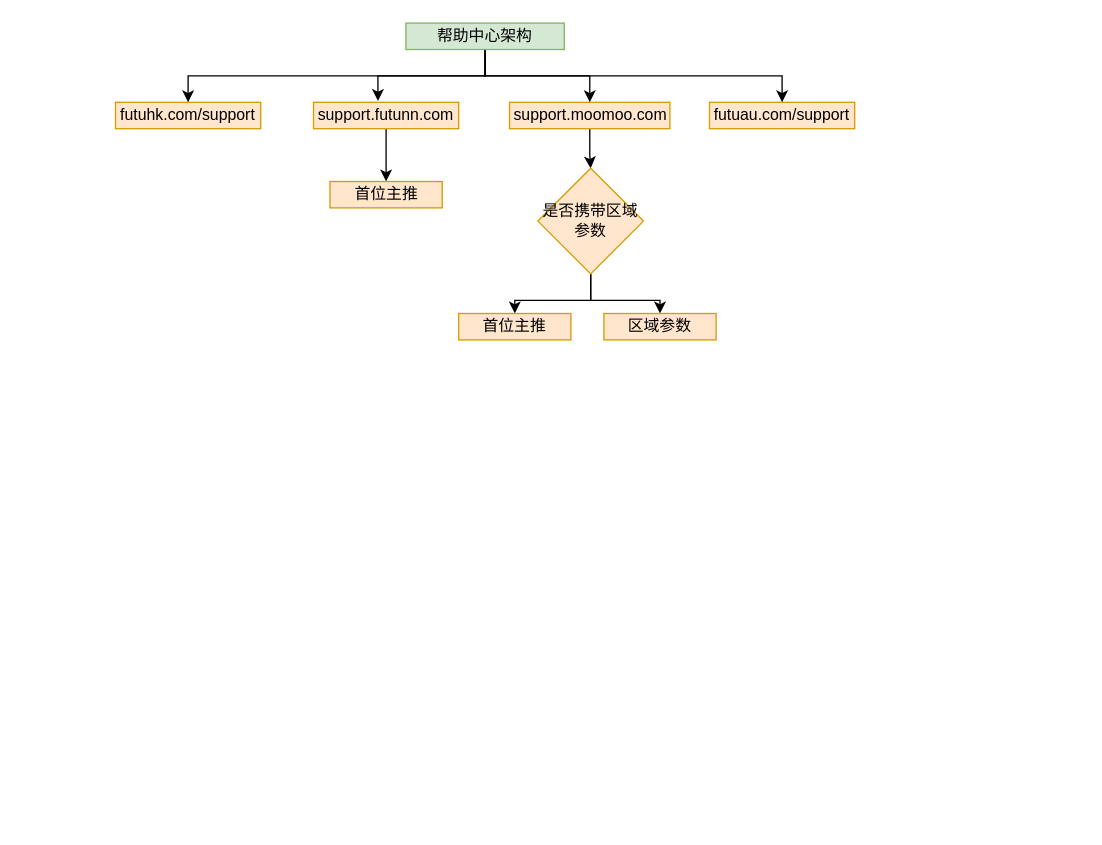
The draw.io diagram 帮助中心.drawio in jokerbay/images, before the edit. Source tidied: cells renumbered, new cells numbered last; positions are measured from the earlier drawing's top-left corner, leaving out a move shared by most shapes. Both pictures are drawn from the tidied source at 132%, with x=0, y=0 at pixel (115, 22).
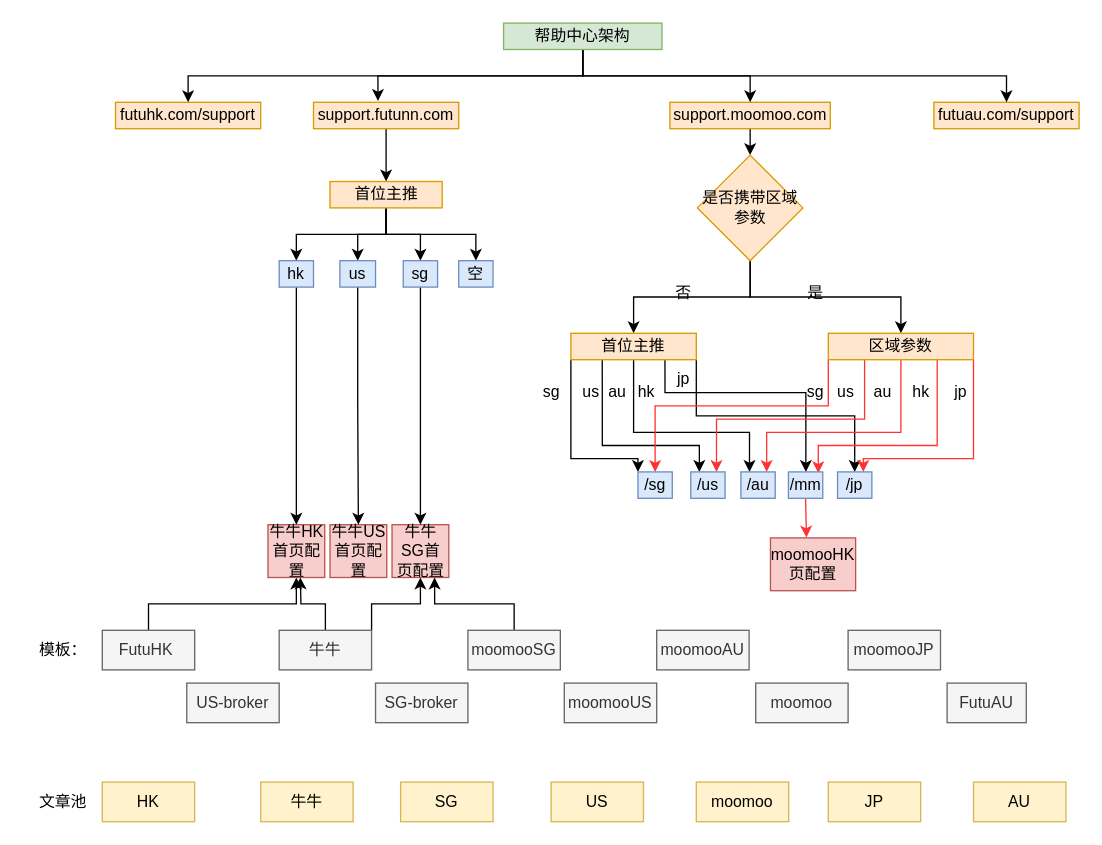
After the change.

Commit message:
更新帮助中心.drawio

The change refers to these unchanged cells:
```xml
<mxCell id="13" value="首位主推" style="whiteSpace=wrap;html=1;fillColor=#ffe6cc;strokeColor=#d79b00;rounded=0;" parent="1" vertex="1">
  <mxGeometry x="162.5" y="120" width="85" height="20" as="geometry" />
</mxCell>
```

What changed in the source:
```diff
@@
     <mxCell id="6" value="support.moomoo.com" style="rounded=0;whiteSpace=wrap;html=1;fillColor=#ffe6cc;strokeColor=#d79b00;" parent="1" vertex="1">
-      <mxGeometry x="298.5" y="60" width="121.5" height="20" as="geometry" />
+      <mxGeometry x="420" y="60" width="121.5" height="20" as="geometry" />
     </mxCell>
     <mxCell id="7" value="futuau.com/support" style="rounded=0;whiteSpace=wrap;html=1;fillColor=#ffe6cc;strokeColor=#d79b00;" parent="1" vertex="1">
-      <mxGeometry x="450" y="60" width="110" height="20" as="geometry" />
+      <mxGeometry x="620" y="60" width="110" height="20" as="geometry" />
     </mxCell>
@@
     <mxCell id="12" value="帮助中心架构" style="rounded=0;whiteSpace=wrap;html=1;fillColor=#d5e8d4;strokeColor=#82b366;" parent="1" vertex="1">
-      <mxGeometry x="220" width="120" height="20" as="geometry" />
+      <mxGeometry x="294" width="120" height="20" as="geometry" />
     </mxCell>
+    <mxCell id="19" style="edgeStyle=orthogonalEdgeStyle;rounded=0;jettySize=auto;html=1;exitX=0.5;exitY=1;exitDx=0;exitDy=0;" parent="1" edge="1" source="13" target="47">
+      <mxGeometry relative="1" as="geometry" />
+    </mxCell>
+    <mxCell id="20" style="edgeStyle=orthogonalEdgeStyle;rounded=0;jettySize=auto;html=1;exitX=0.5;exitY=1;exitDx=0;exitDy=0;entryX=0.5;entryY=0;entryDx=0;entryDy=0;" parent="1" edge="1" source="13" target="49">
+      <mxGeometry relative="1" as="geometry" />
+    </mxCell>
+    <mxCell id="21" style="edgeStyle=orthogonalEdgeStyle;rounded=0;jettySize=auto;html=1;exitX=0.5;exitY=1;exitDx=0;exitDy=0;entryX=0.5;entryY=0;entryDx=0;entryDy=0;" parent="1" edge="1" source="13" target="51">
+      <mxGeometry relative="1" as="geometry" />
+    </mxCell>
+    <mxCell id="22" style="edgeStyle=orthogonalEdgeStyle;rounded=0;jettySize=auto;html=1;exitX=0.5;exitY=1;exitDx=0;exitDy=0;entryX=0.5;entryY=0;entryDx=0;entryDy=0;" parent="1" edge="1" source="13" target="52">
+      <mxGeometry relative="1" as="geometry" />
+    </mxCell>
@@
     <mxCell id="16" value="是否携带区域参数" style="rhombus;whiteSpace=wrap;html=1;fillColor=#ffe6cc;strokeColor=#d79b00;" parent="1" vertex="1">
-      <mxGeometry x="320" y="110" width="80" height="80" as="geometry" />
+      <mxGeometry x="440.8" y="100" width="80" height="80" as="geometry" />
     </mxCell>
+    <mxCell id="23" style="edgeStyle=orthogonalEdgeStyle;rounded=0;jettySize=auto;html=1;exitX=0;exitY=1;exitDx=0;exitDy=0;entryX=0;entryY=0;entryDx=0;entryDy=0;" parent="1" edge="1" source="17" target="33">
+      <mxGeometry relative="1" as="geometry">
+        <Array as="points">
+          <mxPoint x="345" y="330" />
+          <mxPoint x="396" y="330" />
+        </Array>
+      </mxGeometry>
+    </mxCell>
+    <mxCell id="24" style="edgeStyle=orthogonalEdgeStyle;rounded=0;jettySize=auto;html=1;exitX=0.25;exitY=1;exitDx=0;exitDy=0;entryX=0.25;entryY=0;entryDx=0;entryDy=0;strokeColor=#000000;" parent="1" edge="1" source="17" target="34">
+      <mxGeometry relative="1" as="geometry">
+        <Array as="points">
+          <mxPoint x="369" y="320" />
+          <mxPoint x="442" y="320" />
+        </Array>
+      </mxGeometry>
+    </mxCell>
+    <mxCell id="25" style="edgeStyle=orthogonalEdgeStyle;rounded=0;jettySize=auto;html=1;exitX=0.5;exitY=1;exitDx=0;exitDy=0;entryX=0.25;entryY=0;entryDx=0;entryDy=0;strokeColor=#000000;" parent="1" edge="1" source="17" target="35">
+      <mxGeometry relative="1" as="geometry">
+        <Array as="points">
+          <mxPoint x="393" y="310" />
+          <mxPoint x="480" y="310" />
+        </Array>
+      </mxGeometry>
+    </mxCell>
+    <mxCell id="26" style="edgeStyle=orthogonalEdgeStyle;rounded=0;jettySize=auto;html=1;exitX=0.75;exitY=1;exitDx=0;exitDy=0;strokeColor=#000000;" parent="1" edge="1" source="17" target="37">
+      <mxGeometry relative="1" as="geometry">
+        <Array as="points">
+          <mxPoint x="416" y="280" />
+          <mxPoint x="523" y="280" />
+        </Array>
+      </mxGeometry>
+    </mxCell>
+    <mxCell id="27" style="edgeStyle=orthogonalEdgeStyle;rounded=0;jettySize=auto;html=1;exitX=1;exitY=1;exitDx=0;exitDy=0;strokeColor=#000000;" parent="1" edge="1" source="17" target="38">
+      <mxGeometry relative="1" as="geometry" />
+    </mxCell>
     <mxCell id="17" value="首位主推" style="whiteSpace=wrap;html=1;fillColor=#ffe6cc;strokeColor=#d79b00;rounded=0;" parent="1" vertex="1">
-      <mxGeometry x="260" y="220" width="85" height="20" as="geometry" />
+      <mxGeometry x="345" y="235" width="95" height="20" as="geometry" />
     </mxCell>
+    <mxCell id="28" style="edgeStyle=orthogonalEdgeStyle;rounded=0;jettySize=auto;html=1;exitX=0;exitY=1;exitDx=0;exitDy=0;entryX=0.5;entryY=0;entryDx=0;entryDy=0;strokeColor=#FF3333;" parent="1" edge="1" source="18" target="33">
+      <mxGeometry relative="1" as="geometry">
+        <Array as="points">
+          <mxPoint x="540" y="290" />
+          <mxPoint x="409" y="290" />
+        </Array>
+      </mxGeometry>
+    </mxCell>
+    <mxCell id="29" style="edgeStyle=orthogonalEdgeStyle;rounded=0;jettySize=auto;html=1;exitX=0.25;exitY=1;exitDx=0;exitDy=0;entryX=0.75;entryY=0;entryDx=0;entryDy=0;strokeColor=#FF3333;" parent="1" edge="1" source="18" target="34">
+      <mxGeometry relative="1" as="geometry">
+        <Array as="points">
+          <mxPoint x="568" y="300" />
+          <mxPoint x="455" y="300" />
+        </Array>
+      </mxGeometry>
+    </mxCell>
+    <mxCell id="30" style="edgeStyle=orthogonalEdgeStyle;rounded=0;jettySize=auto;html=1;exitX=0.5;exitY=1;exitDx=0;exitDy=0;entryX=0.75;entryY=0;entryDx=0;entryDy=0;strokeColor=#FF3333;" parent="1" edge="1" source="18" target="35">
+      <mxGeometry relative="1" as="geometry">
+        <Array as="points">
+          <mxPoint x="595" y="310" />
+          <mxPoint x="493" y="310" />
+        </Array>
+      </mxGeometry>
+    </mxCell>
+    <mxCell id="31" style="edgeStyle=orthogonalEdgeStyle;rounded=0;jettySize=auto;html=1;exitX=0.75;exitY=1;exitDx=0;exitDy=0;entryX=0.87;entryY=0.05;entryDx=0;entryDy=0;entryPerimeter=0;strokeColor=#FF3333;" parent="1" edge="1" source="18" target="37">
+      <mxGeometry relative="1" as="geometry">
+        <Array as="points">
+          <mxPoint x="623" y="320" />
+          <mxPoint x="532" y="320" />
+        </Array>
+      </mxGeometry>
+    </mxCell>
+    <mxCell id="32" style="edgeStyle=orthogonalEdgeStyle;rounded=0;jettySize=auto;html=1;exitX=1;exitY=1;exitDx=0;exitDy=0;entryX=0.75;entryY=0;entryDx=0;entryDy=0;strokeColor=#FF3333;" parent="1" edge="1" source="18" target="38">
+      <mxGeometry relative="1" as="geometry">
+        <Array as="points">
+          <mxPoint x="650" y="330" />
+          <mxPoint x="567" y="330" />
+        </Array>
+      </mxGeometry>
+    </mxCell>
     <mxCell id="18" value="区域参数" style="whiteSpace=wrap;html=1;fillColor=#ffe6cc;strokeColor=#d79b00;rounded=0;" parent="1" vertex="1">
-      <mxGeometry x="370" y="220" width="85" height="20" as="geometry" />
+      <mxGeometry x="540" y="235" width="110" height="20" as="geometry" />
     </mxCell>
+    <mxCell id="33" value="/sg" style="rounded=0;whiteSpace=wrap;html=1;fillColor=#dae8fc;strokeColor=#6c8ebf;" parent="1" vertex="1">
+      <mxGeometry x="395.8" y="340" width="26" height="20" as="geometry" />
+    </mxCell>
+    <mxCell id="34" value="/us" style="rounded=0;whiteSpace=wrap;html=1;fillColor=#dae8fc;strokeColor=#6c8ebf;" parent="1" vertex="1">
+      <mxGeometry x="435.8" y="340" width="26" height="20" as="geometry" />
+    </mxCell>
+    <mxCell id="35" value="/au" style="rounded=0;whiteSpace=wrap;html=1;fillColor=#dae8fc;strokeColor=#6c8ebf;" parent="1" vertex="1">
+      <mxGeometry x="473.8" y="340" width="26" height="20" as="geometry" />
+    </mxCell>
+    <mxCell id="36" style="edgeStyle=orthogonalEdgeStyle;rounded=0;jettySize=auto;html=1;exitX=0.5;exitY=1;exitDx=0;exitDy=0;entryX=0.422;entryY=-0.007;entryDx=0;entryDy=0;entryPerimeter=0;strokeColor=#FF3333;" parent="1" edge="1" source="37" target="42">
+      <mxGeometry relative="1" as="geometry" />
+    </mxCell>
+    <mxCell id="37" value="/mm" style="rounded=0;whiteSpace=wrap;html=1;fillColor=#dae8fc;strokeColor=#6c8ebf;" parent="1" vertex="1">
+      <mxGeometry x="509.8" y="340" width="26" height="20" as="geometry" />
+    </mxCell>
+    <mxCell id="38" value="/jp" style="rounded=0;whiteSpace=wrap;html=1;fillColor=#dae8fc;strokeColor=#6c8ebf;" parent="1" vertex="1">
+      <mxGeometry x="547" y="340" width="26" height="20" as="geometry" />
+    </mxCell>
+    <mxCell id="39" value="牛牛HK首页配置" style="rounded=0;whiteSpace=wrap;html=1;fillColor=#f8cecc;strokeColor=#b85450;" parent="1" vertex="1">
+      <mxGeometry x="115.5" y="380" width="43" height="40" as="geometry" />
+    </mxCell>
+    <mxCell id="40" value="牛牛US首页配置" style="rounded=0;whiteSpace=wrap;html=1;fillColor=#f8cecc;strokeColor=#b85450;" parent="1" vertex="1">
+      <mxGeometry x="162.5" y="380" width="43" height="40" as="geometry" />
+    </mxCell>
+    <mxCell id="41" value="牛牛SG首页配置" style="rounded=0;whiteSpace=wrap;html=1;fillColor=#f8cecc;strokeColor=#b85450;" parent="1" vertex="1">
+      <mxGeometry x="209.5" y="380" width="43" height="40" as="geometry" />
+    </mxCell>
+    <mxCell id="42" value="moomooHK页配置" style="rounded=0;whiteSpace=wrap;html=1;fillColor=#f8cecc;strokeColor=#b85450;" parent="1" vertex="1">
+      <mxGeometry x="496.2" y="390" width="64.5" height="40" as="geometry" />
+    </mxCell>
+    <mxCell id="43" style="edgeStyle=orthogonalEdgeStyle;rounded=0;jettySize=auto;html=1;exitX=0.5;exitY=0;exitDx=0;exitDy=0;entryX=0.5;entryY=1;entryDx=0;entryDy=0;strokeColor=#000000;" parent="1" edge="1" source="44" target="39">
+      <mxGeometry relative="1" as="geometry" />
+    </mxCell>
+    <mxCell id="44" value="FutuHK&amp;nbsp;" style="rounded=0;whiteSpace=wrap;html=1;fillColor=#f5f5f5;fontColor=#333333;strokeColor=#666666;" parent="1" vertex="1">
+      <mxGeometry x="-10" y="460" width="70" height="30" as="geometry" />
+    </mxCell>
+    <mxCell id="45" value="模板：" style="text;html=1;align=center;verticalAlign=middle;strokeColor=none;fillColor=none;" parent="1" vertex="1">
+      <mxGeometry x="-70" y="460" width="60" height="30" as="geometry" />
+    </mxCell>
+    <mxCell id="46" style="edgeStyle=orthogonalEdgeStyle;rounded=0;jettySize=auto;html=1;exitX=0.5;exitY=1;exitDx=0;exitDy=0;entryX=0.5;entryY=0;entryDx=0;entryDy=0;" parent="1" edge="1" source="47" target="39">
+      <mxGeometry relative="1" as="geometry" />
+    </mxCell>
+    <mxCell id="47" value="hk" style="rounded=0;whiteSpace=wrap;html=1;fillColor=#dae8fc;strokeColor=#6c8ebf;" parent="1" vertex="1">
+      <mxGeometry x="124" y="180" width="26" height="20" as="geometry" />
+    </mxCell>
+    <mxCell id="48" style="edgeStyle=orthogonalEdgeStyle;rounded=0;jettySize=auto;html=1;exitX=0.5;exitY=1;exitDx=0;exitDy=0;entryX=0.5;entryY=0;entryDx=0;entryDy=0;" parent="1" edge="1" source="49" target="40">
+      <mxGeometry relative="1" as="geometry" />
+    </mxCell>
+    <mxCell id="49" value="us" style="rounded=0;whiteSpace=wrap;html=1;fillColor=#dae8fc;strokeColor=#6c8ebf;" parent="1" vertex="1">
+      <mxGeometry x="170" y="180" width="27" height="20" as="geometry" />
+    </mxCell>
+    <mxCell id="50" style="edgeStyle=orthogonalEdgeStyle;rounded=0;jettySize=auto;html=1;exitX=0.5;exitY=1;exitDx=0;exitDy=0;entryX=0.5;entryY=0;entryDx=0;entryDy=0;" parent="1" edge="1" source="51" target="41">
+      <mxGeometry relative="1" as="geometry" />
+    </mxCell>
+    <mxCell id="51" value="sg" style="rounded=0;whiteSpace=wrap;html=1;fillColor=#dae8fc;strokeColor=#6c8ebf;" parent="1" vertex="1">
+      <mxGeometry x="218" y="180" width="26" height="20" as="geometry" />
+    </mxCell>
+    <mxCell id="52" value="空" style="rounded=0;whiteSpace=wrap;html=1;fillColor=#dae8fc;strokeColor=#6c8ebf;" parent="1" vertex="1">
+      <mxGeometry x="260" y="180" width="26" height="20" as="geometry" />
+    </mxCell>
+    <mxCell id="53" value="是" style="text;html=1;align=center;verticalAlign=middle;strokeColor=none;fillColor=none;" parent="1" vertex="1">
+      <mxGeometry x="510" y="190" width="40" height="30" as="geometry" />
+    </mxCell>
+    <mxCell id="54" value="否" style="text;html=1;align=center;verticalAlign=middle;strokeColor=none;fillColor=none;" parent="1" vertex="1">
+      <mxGeometry x="410" y="190" width="40" height="30" as="geometry" />
+    </mxCell>
+    <mxCell id="55" value="US-broker" style="rounded=0;whiteSpace=wrap;html=1;fillColor=#f5f5f5;fontColor=#333333;strokeColor=#666666;" parent="1" vertex="1">
+      <mxGeometry x="54" y="500" width="70" height="30" as="geometry" />
+    </mxCell>
+    <mxCell id="56" style="edgeStyle=orthogonalEdgeStyle;rounded=0;jettySize=auto;html=1;exitX=0.5;exitY=0;exitDx=0;exitDy=0;strokeColor=#000000;" parent="1" edge="1" source="58">
+      <mxGeometry relative="1" as="geometry">
+        <mxPoint x="140" y="420" as="targetPoint" />
+      </mxGeometry>
+    </mxCell>
+    <mxCell id="57" style="edgeStyle=orthogonalEdgeStyle;rounded=0;jettySize=auto;html=1;exitX=1;exitY=0;exitDx=0;exitDy=0;entryX=0.5;entryY=1;entryDx=0;entryDy=0;strokeColor=#000000;" parent="1" edge="1" source="58" target="41">
+      <mxGeometry relative="1" as="geometry" />
+    </mxCell>
+    <mxCell id="58" value="牛牛" style="rounded=0;whiteSpace=wrap;html=1;fillColor=#f5f5f5;fontColor=#333333;strokeColor=#666666;" parent="1" vertex="1">
+      <mxGeometry x="124" y="460" width="70" height="30" as="geometry" />
+    </mxCell>
+    <mxCell id="59" style="edgeStyle=orthogonalEdgeStyle;rounded=0;jettySize=auto;html=1;exitX=0.5;exitY=0;exitDx=0;exitDy=0;entryX=0.75;entryY=1;entryDx=0;entryDy=0;strokeColor=#000000;" parent="1" edge="1" source="60" target="41">
+      <mxGeometry relative="1" as="geometry" />
+    </mxCell>
+    <mxCell id="60" value="moomooSG" style="rounded=0;whiteSpace=wrap;html=1;fillColor=#f5f5f5;fontColor=#333333;strokeColor=#666666;" parent="1" vertex="1">
+      <mxGeometry x="267" y="460" width="70" height="30" as="geometry" />
+    </mxCell>
+    <mxCell id="61" value="SG-broker" style="rounded=0;whiteSpace=wrap;html=1;fillColor=#f5f5f5;fontColor=#333333;strokeColor=#666666;" parent="1" vertex="1">
+      <mxGeometry x="197" y="500" width="70" height="30" as="geometry" />
+    </mxCell>
+    <mxCell id="62" value="moomooUS" style="rounded=0;whiteSpace=wrap;html=1;fillColor=#f5f5f5;fontColor=#333333;strokeColor=#666666;" parent="1" vertex="1">
+      <mxGeometry x="340" y="500" width="70" height="30" as="geometry" />
+    </mxCell>
+    <mxCell id="63" value="moomooAU" style="rounded=0;whiteSpace=wrap;html=1;fillColor=#f5f5f5;fontColor=#333333;strokeColor=#666666;" parent="1" vertex="1">
+      <mxGeometry x="410" y="460" width="70" height="30" as="geometry" />
+    </mxCell>
+    <mxCell id="64" value="moomoo" style="rounded=0;whiteSpace=wrap;html=1;fillColor=#f5f5f5;fontColor=#333333;strokeColor=#666666;" parent="1" vertex="1">
+      <mxGeometry x="485" y="500" width="70" height="30" as="geometry" />
+    </mxCell>
+    <mxCell id="65" value="moomooJP" style="rounded=0;whiteSpace=wrap;html=1;fillColor=#f5f5f5;fontColor=#333333;strokeColor=#666666;" parent="1" vertex="1">
+      <mxGeometry x="555" y="460" width="70" height="30" as="geometry" />
+    </mxCell>
+    <mxCell id="66" value="FutuAU" style="rounded=0;whiteSpace=wrap;html=1;fillColor=#f5f5f5;fontColor=#333333;strokeColor=#666666;" parent="1" vertex="1">
+      <mxGeometry x="630" y="500" width="60" height="30" as="geometry" />
+    </mxCell>
+    <mxCell id="67" value="文章池" style="text;html=1;align=center;verticalAlign=middle;strokeColor=none;fillColor=none;" parent="1" vertex="1">
+      <mxGeometry x="-70" y="575" width="60" height="30" as="geometry" />
+    </mxCell>
+    <mxCell id="68" value="HK" style="rounded=0;whiteSpace=wrap;html=1;fillColor=#fff2cc;strokeColor=#d6b656;" parent="1" vertex="1">
+      <mxGeometry x="-10" y="575" width="70" height="30" as="geometry" />
+    </mxCell>
+    <mxCell id="69" value="牛牛" style="rounded=0;whiteSpace=wrap;html=1;fillColor=#fff2cc;strokeColor=#d6b656;" parent="1" vertex="1">
+      <mxGeometry x="110" y="575" width="70" height="30" as="geometry" />
+    </mxCell>
+    <mxCell id="70" value="SG" style="rounded=0;whiteSpace=wrap;html=1;fillColor=#fff2cc;strokeColor=#d6b656;" parent="1" vertex="1">
+      <mxGeometry x="216" y="575" width="70" height="30" as="geometry" />
+    </mxCell>
+    <mxCell id="71" value="US" style="rounded=0;whiteSpace=wrap;html=1;fillColor=#fff2cc;strokeColor=#d6b656;" parent="1" vertex="1">
+      <mxGeometry x="330" y="575" width="70" height="30" as="geometry" />
+    </mxCell>
+    <mxCell id="72" value="moomoo" style="rounded=0;whiteSpace=wrap;html=1;fillColor=#fff2cc;strokeColor=#d6b656;" parent="1" vertex="1">
+      <mxGeometry x="440" y="575" width="70" height="30" as="geometry" />
+    </mxCell>
+    <mxCell id="73" value="JP" style="rounded=0;whiteSpace=wrap;html=1;fillColor=#fff2cc;strokeColor=#d6b656;" parent="1" vertex="1">
+      <mxGeometry x="540" y="575" width="70" height="30" as="geometry" />
+    </mxCell>
+    <mxCell id="74" value="AU" style="rounded=0;whiteSpace=wrap;html=1;fillColor=#fff2cc;strokeColor=#d6b656;" parent="1" vertex="1">
+      <mxGeometry x="650" y="575" width="70" height="30" as="geometry" />
+    </mxCell>
+    <mxCell id="75" value="sg" style="text;html=1;align=center;verticalAlign=middle;strokeColor=none;fillColor=none;" parent="1" vertex="1">
+      <mxGeometry x="310" y="265" width="40" height="30" as="geometry" />
+    </mxCell>
+    <mxCell id="76" value="us" style="text;html=1;align=center;verticalAlign=middle;strokeColor=none;fillColor=none;" parent="1" vertex="1">
+      <mxGeometry x="340" y="265" width="40" height="30" as="geometry" />
+    </mxCell>
+    <mxCell id="77" value="au" style="text;html=1;align=center;verticalAlign=middle;strokeColor=none;fillColor=none;" parent="1" vertex="1">
+      <mxGeometry x="360" y="265" width="40" height="30" as="geometry" />
+    </mxCell>
+    <mxCell id="78" value="hk" style="text;html=1;align=center;verticalAlign=middle;strokeColor=none;fillColor=none;" parent="1" vertex="1">
+      <mxGeometry x="381.8" y="265" width="40" height="30" as="geometry" />
+    </mxCell>
+    <mxCell id="79" value="jp" style="text;html=1;align=center;verticalAlign=middle;strokeColor=none;fillColor=none;" parent="1" vertex="1">
+      <mxGeometry x="415" y="255" width="30" height="30" as="geometry" />
+    </mxCell>
+    <mxCell id="80" value="au" style="text;html=1;align=center;verticalAlign=middle;strokeColor=none;fillColor=none;" parent="1" vertex="1">
+      <mxGeometry x="560.8" y="265" width="40" height="30" as="geometry" />
+    </mxCell>
+    <mxCell id="81" value="sg" style="text;html=1;align=center;verticalAlign=middle;strokeColor=none;fillColor=none;" parent="1" vertex="1">
+      <mxGeometry x="510" y="265" width="40" height="30" as="geometry" />
+    </mxCell>
+    <mxCell id="82" value="us" style="text;html=1;align=center;verticalAlign=middle;strokeColor=none;fillColor=none;" parent="1" vertex="1">
+      <mxGeometry x="533" y="265" width="40" height="30" as="geometry" />
+    </mxCell>
+    <mxCell id="83" value="hk" style="text;html=1;align=center;verticalAlign=middle;strokeColor=none;fillColor=none;" parent="1" vertex="1">
+      <mxGeometry x="590" y="265" width="40" height="30" as="geometry" />
+    </mxCell>
+    <mxCell id="84" value="jp" style="text;html=1;align=center;verticalAlign=middle;strokeColor=none;fillColor=none;" parent="1" vertex="1">
+      <mxGeometry x="625" y="265" width="30" height="30" as="geometry" />
+    </mxCell>
```
